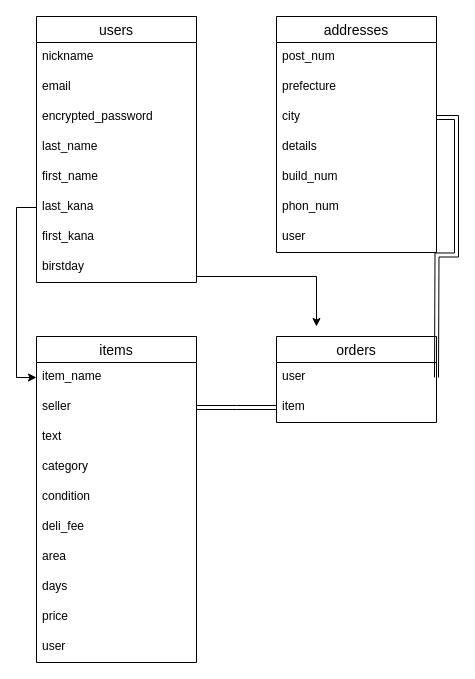
miyamoto-yoshiki/furima-31734 keeps this draw.io diagram as data.dio. Above is the earlier version. Source tidied: cells renumbered, new cells numbered last; positions are measured from the earlier drawing's top-left corner, leaving out a move shared by most shapes. Both pictures are drawn from the tidied source at 100%, with x=0, y=0 at pixel (16, 16).
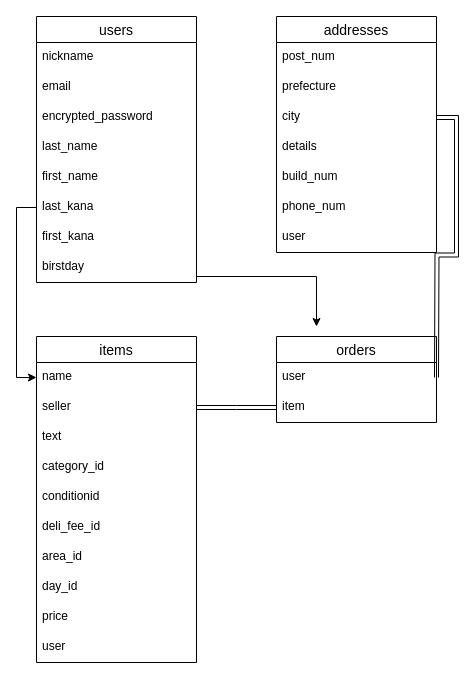
The same diagram, later.

Commit message (it also covers changes not shown here):
各カラムの修正(item,day,build,..)

The change refers to these unchanged cells:
```xml
<mxCell id="5" value="items" style="swimlane;fontStyle=0;horizontal=1;startSize=26;align=center;fontSize=14;" parent="1" vertex="1">
  <mxGeometry x="20" y="320" width="160" height="326" as="geometry" />
</mxCell>
<mxCell id="28" value="addresses" style="swimlane;fontStyle=0;horizontal=1;startSize=26;align=center;fontSize=14;" parent="1" vertex="1">
  <mxGeometry x="260" width="160" height="236" as="geometry" />
</mxCell>
```

The edit, as a diff of the source:
```diff
@@
-    <mxCell id="6" value="item_name" style="text;strokeColor=none;fillColor=none;spacingLeft=4;spacingRight=4;overflow=hidden;points=[[0,0.5],[1,0.5]];portConstraint=eastwest;fontSize=12;" parent="5" vertex="1">
+    <mxCell id="6" value="name" style="text;strokeColor=none;fillColor=none;spacingLeft=4;spacingRight=4;overflow=hidden;points=[[0,0.5],[1,0.5]];portConstraint=eastwest;fontSize=12;" parent="5" vertex="1">
       <mxGeometry y="26" width="160" height="30" as="geometry" />
     </mxCell>
@@
-    <mxCell id="9" value="category" style="text;strokeColor=none;fillColor=none;spacingLeft=4;spacingRight=4;overflow=hidden;fontSize=12;" parent="5" vertex="1">
+    <mxCell id="9" value="category_id" style="text;strokeColor=none;fillColor=none;spacingLeft=4;spacingRight=4;overflow=hidden;fontSize=12;" parent="5" vertex="1">
       <mxGeometry y="116" width="160" height="30" as="geometry" />
     </mxCell>
-    <mxCell id="10" value="condition" style="text;strokeColor=none;fillColor=none;spacingLeft=4;spacingRight=4;overflow=hidden;fontSize=12;" parent="5" vertex="1">
+    <mxCell id="10" value="conditionid" style="text;strokeColor=none;fillColor=none;spacingLeft=4;spacingRight=4;overflow=hidden;fontSize=12;" parent="5" vertex="1">
       <mxGeometry y="146" width="160" height="30" as="geometry" />
     </mxCell>
-    <mxCell id="11" value="deli_fee" style="text;strokeColor=none;fillColor=none;spacingLeft=4;spacingRight=4;overflow=hidden;fontSize=12;" parent="5" vertex="1">
+    <mxCell id="11" value="deli_fee_id" style="text;strokeColor=none;fillColor=none;spacingLeft=4;spacingRight=4;overflow=hidden;fontSize=12;" parent="5" vertex="1">
       <mxGeometry y="176" width="160" height="30" as="geometry" />
     </mxCell>
-    <mxCell id="12" value="area" style="text;strokeColor=none;fillColor=none;spacingLeft=4;spacingRight=4;overflow=hidden;fontSize=12;" parent="5" vertex="1">
+    <mxCell id="12" value="area_id" style="text;strokeColor=none;fillColor=none;spacingLeft=4;spacingRight=4;overflow=hidden;fontSize=12;" parent="5" vertex="1">
       <mxGeometry y="206" width="160" height="30" as="geometry" />
     </mxCell>
-    <mxCell id="13" value="days" style="text;strokeColor=none;fillColor=none;spacingLeft=4;spacingRight=4;overflow=hidden;fontSize=12;" parent="5" vertex="1">
+    <mxCell id="13" value="day_id" style="text;strokeColor=none;fillColor=none;spacingLeft=4;spacingRight=4;overflow=hidden;fontSize=12;" parent="5" vertex="1">
       <mxGeometry y="236" width="160" height="30" as="geometry" />
     </mxCell>
@@
-    <mxCell id="34" value="phon_num" style="text;strokeColor=none;fillColor=none;spacingLeft=4;spacingRight=4;overflow=hidden;fontSize=12;" parent="28" vertex="1">
+    <mxCell id="34" value="phone_num" style="text;strokeColor=none;fillColor=none;spacingLeft=4;spacingRight=4;overflow=hidden;fontSize=12;" parent="28" vertex="1">
       <mxGeometry y="176" width="160" height="30" as="geometry" />
     </mxCell>
```
